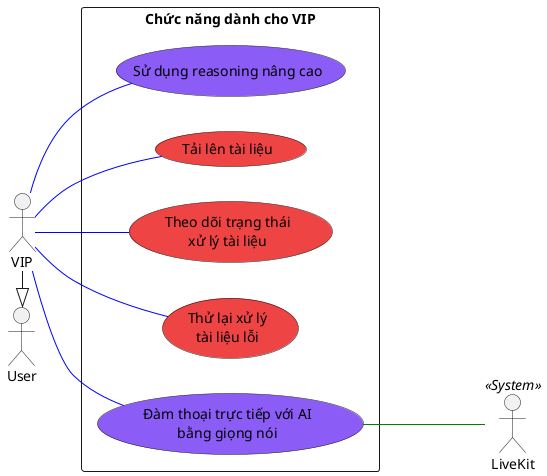
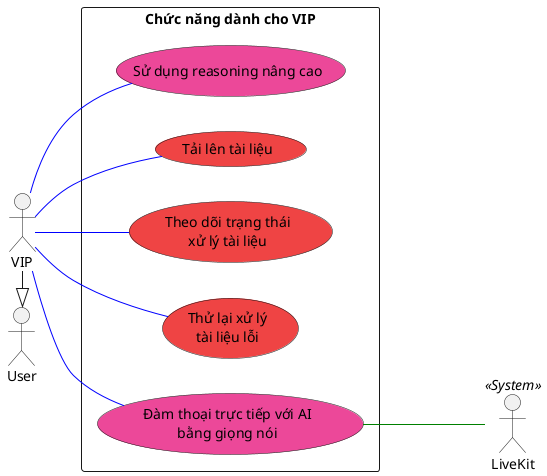
@startuml
left to right direction
skinparam packageStyle rectangle
skinparam shadowing false

actor "User" as User
actor "VIP" as VIP
actor "LiveKit" as LiveKit << System >>

VIP -|> User

rectangle "Chức năng dành cho VIP" {
-   usecase "Sử dụng reasoning nâng cao" as UC_AdvancedReasoning #8b5cf6
+   usecase "Sử dụng reasoning nâng cao" as UC_AdvancedReasoning #ec4899
  usecase "Tải lên tài liệu" as UC_UploadDocument #ef4444
  usecase "Theo dõi trạng thái\nxử lý tài liệu" as UC_DocumentStatus #ef4444
  usecase "Thử lại xử lý\ntài liệu lỗi" as UC_RetryDocument #ef4444
-   usecase "Đàm thoại trực tiếp với AI\nbằng giọng nói" as UC_VoiceChat #8b5cf6
+   usecase "Đàm thoại trực tiếp với AI\nbằng giọng nói" as UC_VoiceChat #ec4899
}

VIP -- UC_AdvancedReasoning #blue
VIP -- UC_VoiceChat #blue
VIP -- UC_UploadDocument #blue
VIP -- UC_DocumentStatus #blue
VIP -- UC_RetryDocument #blue

UC_VoiceChat --- LiveKit #green
@enduml
